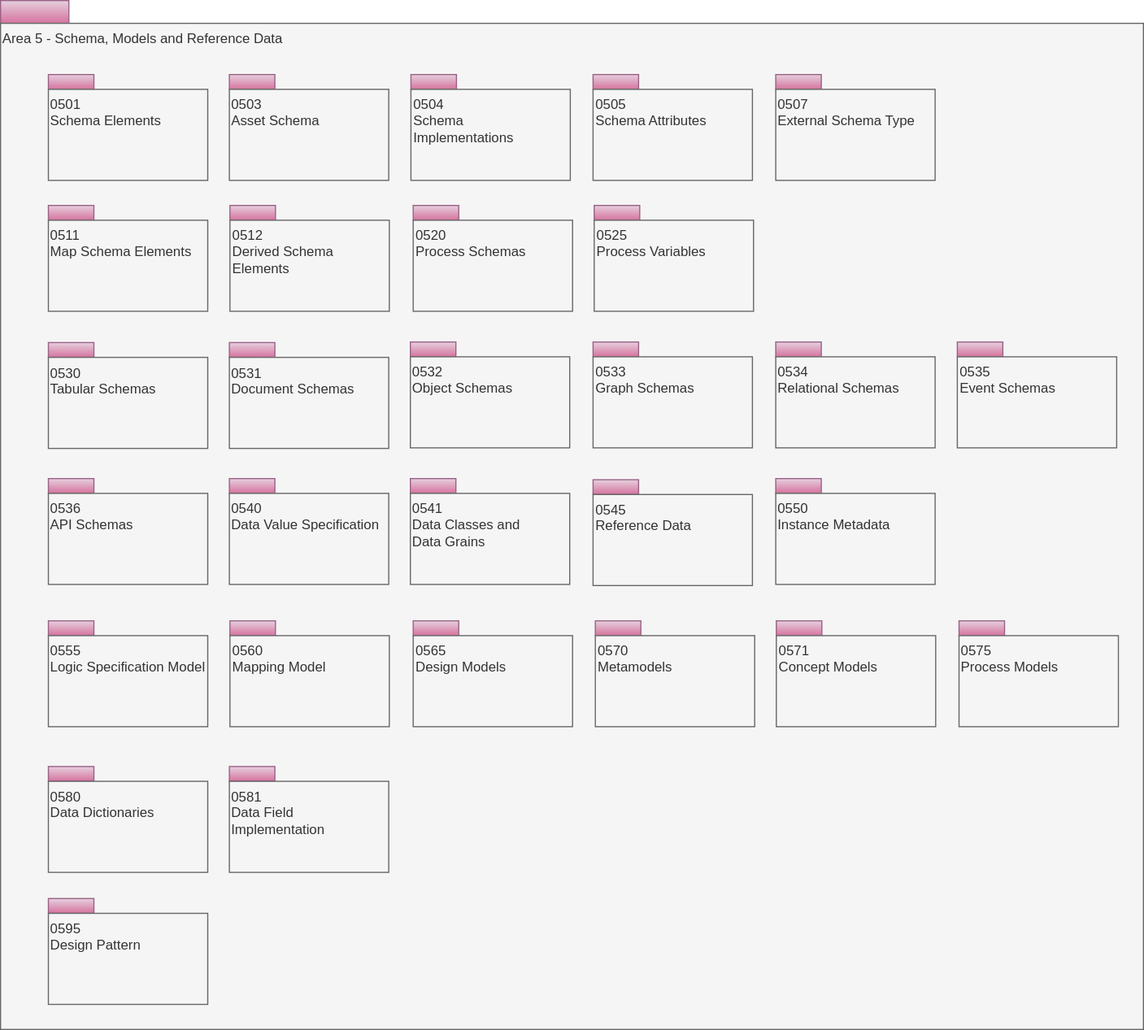
The draw.io diagram site/docs/types/5/area-5-models-and-schema-overview.svg in odpi/egeria-docs, before a commit. Source tidied: cells renumbered, new cells last; positions are measured from the earlier drawing's top-left corner, leaving out a move shared by most shapes.
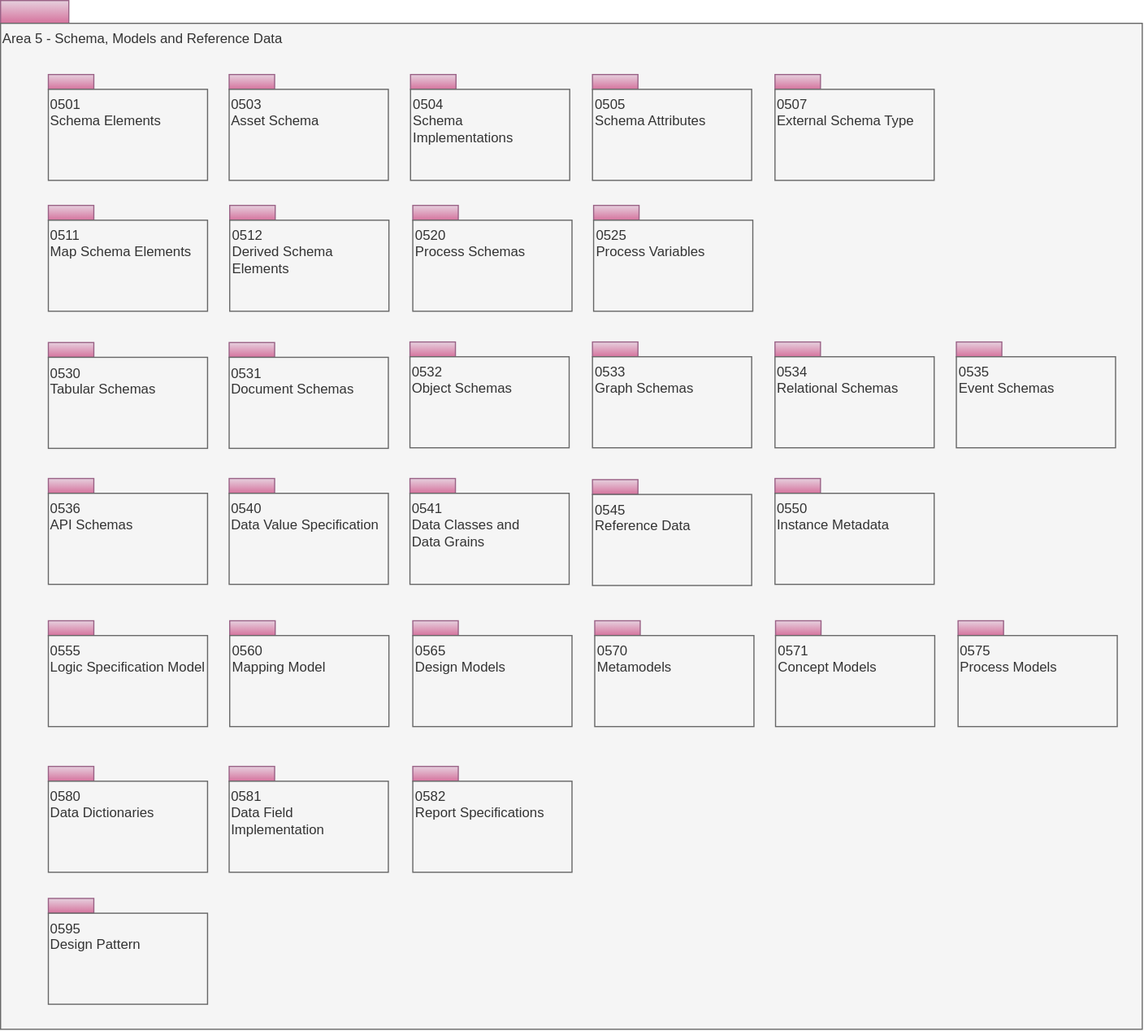
The same diagram one commit later.

What changed in the source:
```diff
@@ -182,5 +182,11 @@
     <mxCell id="61" value="0540&lt;br&gt;Data Value Specification" style="rounded=0;whiteSpace=wrap;html=1;align=left;verticalAlign=top;fillColor=#f5f5f5;fontColor=#333333;strokeColor=#666666;" parent="1" vertex="1">
       <mxGeometry x="201" y="433" width="140" height="80" as="geometry" />
     </mxCell>
+    <mxCell id="62" style="rounded=0;whiteSpace=wrap;html=1;align=left;fillColor=#e6d0de;strokeColor=#996185;gradientColor=#d5739d;" parent="1" vertex="1">
+      <mxGeometry x="362.5" y="673" width="40" height="13" as="geometry" />
+    </mxCell>
+    <mxCell id="63" value="0582&lt;br&gt;Report Specifications" style="rounded=0;whiteSpace=wrap;html=1;align=left;verticalAlign=top;fillColor=#f5f5f5;fontColor=#333333;strokeColor=#666666;" parent="1" vertex="1">
+      <mxGeometry x="362.5" y="686" width="140" height="80" as="geometry" />
+    </mxCell>
   </root>
 </mxGraphModel>
```
